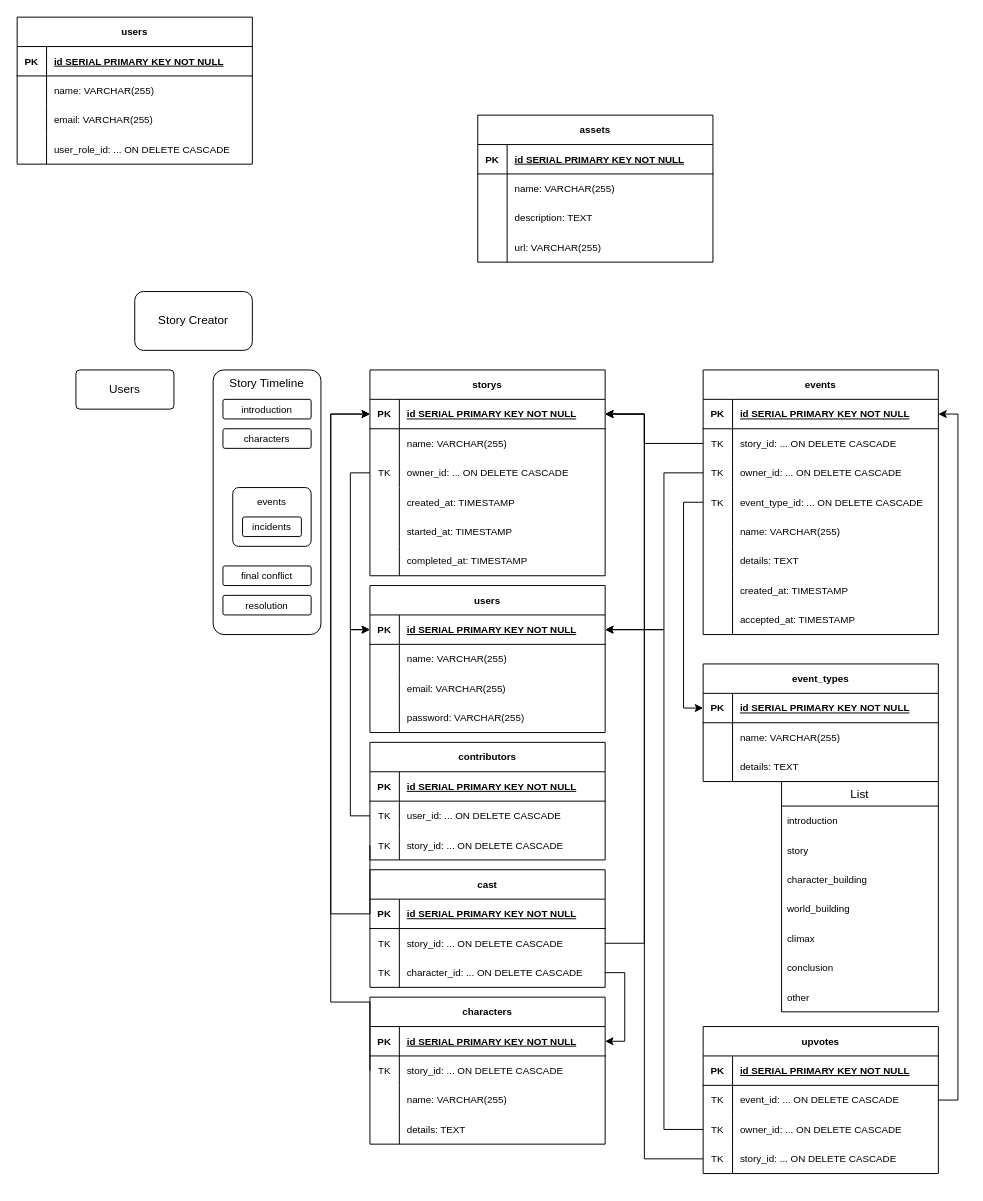
Earlier version of the draw.io diagram db/erd/story_creator.drawio (navycuda/story_creator). Source tidied: cells renumbered, new cells numbered last; positions are measured from the earlier drawing's top-left corner, leaving out a move shared by most shapes. Both pictures are drawn from the tidied source at 98%, with x=0, y=0 at pixel (17, 17).
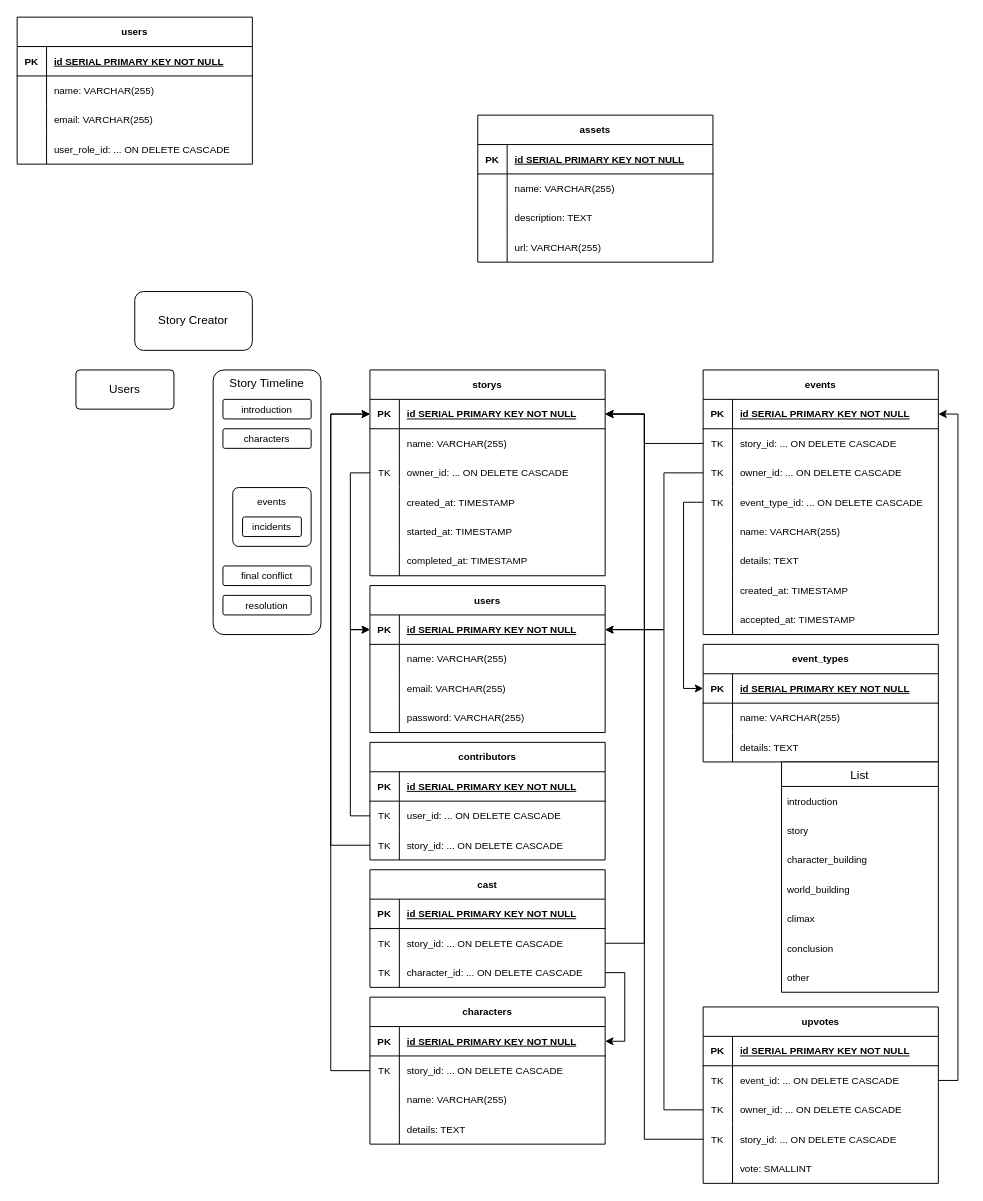
The same page after the edit.

Unchanged cells that the change refers to:
```xml
<mxCell id="5" style="shape=tableRow;horizontal=0;startSize=0;swimlaneHead=0;swimlaneBody=0;fillColor=none;points=[[0,0.5],[1,0.5]];portConstraint=eastwest;top=0;left=0;right=0;bottom=1;fontSize=10;" parent="4" vertex="1">
  <mxGeometry y="30" width="240" height="30" as="geometry" />
</mxCell>
<mxCell id="32" style="shape=tableRow;horizontal=0;startSize=0;swimlaneHead=0;swimlaneBody=0;fillColor=none;points=[[0,0.5],[1,0.5]];portConstraint=eastwest;top=0;left=0;right=0;bottom=1;fontSize=10;" parent="31" vertex="1">
  <mxGeometry y="30" width="240" height="30" as="geometry" />
</mxCell>
<mxCell id="60" style="shape=tableRow;horizontal=0;startSize=0;swimlaneHead=0;swimlaneBody=0;fillColor=none;points=[[0,0.5],[1,0.5]];portConstraint=eastwest;top=0;left=0;right=0;bottom=0;fontSize=10;" parent="56" vertex="1">
  <mxGeometry y="60" width="240" height="30" as="geometry" />
</mxCell>
<mxCell id="135" style="shape=tableRow;horizontal=0;startSize=0;swimlaneHead=0;swimlaneBody=0;fillColor=none;points=[[0,0.5],[1,0.5]];portConstraint=eastwest;top=0;left=0;right=0;bottom=0;fontSize=10;" parent="128" vertex="1">
  <mxGeometry y="90" width="240" height="30" as="geometry" />
</mxCell>
<mxCell id="147" style="shape=tableRow;horizontal=0;startSize=0;swimlaneHead=0;swimlaneBody=0;fillColor=none;points=[[0,0.5],[1,0.5]];portConstraint=eastwest;top=0;left=0;right=0;bottom=0;fontSize=10;" parent="140" vertex="1">
  <mxGeometry y="90" width="240" height="30" as="geometry" />
</mxCell>
<mxCell id="150" style="shape=tableRow;horizontal=0;startSize=0;swimlaneHead=0;swimlaneBody=0;fillColor=none;points=[[0,0.5],[1,0.5]];portConstraint=eastwest;top=0;left=0;right=0;bottom=0;fontSize=10;" parent="140" vertex="1">
  <mxGeometry y="120" width="240" height="30" as="geometry" />
</mxCell>
```

The edit, as a diff of the source:
```diff
@@
     <mxCell id="94" value="event_types" style="shape=table;startSize=30;childLayout=tableLayout;rowLines=0;fontStyle=1;align=center;fontSize=10;" parent="1" vertex="1">
-      <mxGeometry x="700" y="660" width="240" height="120" as="geometry" />
+      <mxGeometry x="700" y="640" width="240" height="120" as="geometry" />
     </mxCell>
@@
     <mxCell id="104" value="List" style="swimlane;fontStyle=0;horizontal=1;startSize=25;align=center;fontSize=12;" parent="1" vertex="1">
-      <mxGeometry x="780" y="780" width="160" height="235" as="geometry" />
+      <mxGeometry x="780" y="760" width="160" height="235" as="geometry" />
     </mxCell>
@@
     <mxCell id="122" style="edgeStyle=orthogonalEdgeStyle;rounded=0;jettySize=auto;html=1;exitX=0;exitY=0.5;exitDx=0;exitDy=0;entryX=0;entryY=0.5;entryDx=0;entryDy=0;fontSize=12;" parent="1" edge="1" source="60" target="32">
       <mxGeometry relative="1" as="geometry">
         <Array as="points">
-          <mxPoint x="320" y="1005" />
+          <mxPoint x="320" y="1075" />
           <mxPoint x="320" y="405" />
         </Array>
       </mxGeometry>
     </mxCell>
@@
     <mxCell id="139" style="edgeStyle=orthogonalEdgeStyle;rounded=0;jettySize=auto;html=1;exitX=0;exitY=0.5;exitDx=0;exitDy=0;entryX=0;entryY=0.5;entryDx=0;entryDy=0;fontSize=12;" parent="1" edge="1" source="135" target="32">
       <mxGeometry relative="1" as="geometry">
         <Array as="points">
-          <mxPoint x="320" y="915" />
+          <mxPoint x="320" y="845" />
           <mxPoint x="320" y="405" />
         </Array>
       </mxGeometry>
     </mxCell>
     <mxCell id="140" value="upvotes" style="shape=table;startSize=30;childLayout=tableLayout;rowLines=0;fontStyle=1;align=center;fontSize=10;" parent="1" vertex="1">
-      <mxGeometry x="700" y="1030" width="240" height="150" as="geometry" />
+      <mxGeometry x="700" y="1010" width="240" height="180" as="geometry" />
     </mxCell>
@@
+    <mxCell id="170" style="shape=tableRow;horizontal=0;startSize=0;swimlaneHead=0;swimlaneBody=0;fillColor=none;top=0;left=0;right=0;bottom=0;fontSize=10;" parent="140" vertex="1">
+      <mxGeometry y="150" width="240" height="30" as="geometry" />
+    </mxCell>
+    <mxCell id="171" style="shape=partialRectangle;fillColor=none;top=0;left=0;bottom=0;right=0;overflow=hidden;fontSize=10;" parent="170" vertex="1">
+      <mxGeometry width="30" height="30" as="geometry" />
+    </mxCell>
+    <mxCell id="172" value="vote: SMALLINT" style="shape=partialRectangle;fillColor=none;top=0;left=0;bottom=0;right=0;align=left;spacingLeft=6;overflow=hidden;fontSize=10;" parent="170" vertex="1">
+      <mxGeometry x="30" width="210" height="30" as="geometry" />
+    </mxCell>
@@
     <mxCell id="154" style="edgeStyle=orthogonalEdgeStyle;rounded=0;jettySize=auto;html=1;exitX=0;exitY=0.5;exitDx=0;exitDy=0;entryX=1;entryY=0.5;entryDx=0;entryDy=0;fontSize=12;" parent="1" edge="1" source="150" target="32">
       <mxGeometry relative="1" as="geometry">
         <Array as="points">
-          <mxPoint x="640" y="1165" />
+          <mxPoint x="640" y="1145" />
           <mxPoint x="640" y="405" />
         </Array>
       </mxGeometry>
     </mxCell>
     <mxCell id="155" style="edgeStyle=orthogonalEdgeStyle;rounded=0;jettySize=auto;html=1;exitX=0;exitY=0.5;exitDx=0;exitDy=0;entryX=1;entryY=0.5;entryDx=0;entryDy=0;fontSize=12;" parent="1" edge="1" source="147" target="5">
       <mxGeometry relative="1" as="geometry">
         <Array as="points">
-          <mxPoint x="660" y="1135" />
+          <mxPoint x="660" y="1115" />
           <mxPoint x="660" y="625" />
         </Array>
       </mxGeometry>
     </mxCell>
```
